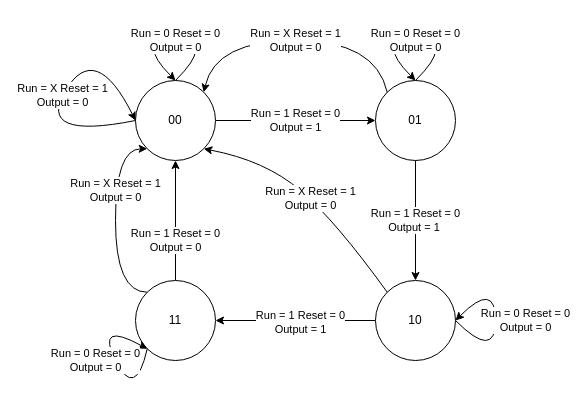
The draw.io diagram graphs/Untitled Diagram.drawio in Bissas/TFE4152-Project-Multiply-Accumulate, before the edit. Source tidied: cells renumbered, new cells numbered last; positions are measured from the earlier drawing's top-left corner, leaving out a move shared by most shapes. Both pictures are drawn from the tidied source at 100%, with x=0, y=0 at pixel (35, 40).
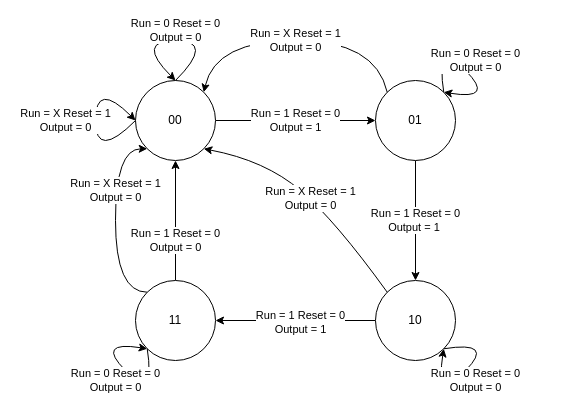
The same page after the edit.

Unchanged cells that the change refers to:
```xml
<mxCell id="3" value="00" style="ellipse;whiteSpace=wrap;html=1;" parent="1" vertex="1">
  <mxGeometry x="100" y="40" width="80" height="80" as="geometry" />
</mxCell>
<mxCell id="5" value="01" style="ellipse;whiteSpace=wrap;html=1;" parent="1" vertex="1">
  <mxGeometry x="340" y="40" width="80" height="80" as="geometry" />
</mxCell>
<mxCell id="8" value="10" style="ellipse;whiteSpace=wrap;html=1;" parent="1" vertex="1">
  <mxGeometry x="340" y="240" width="80" height="80" as="geometry" />
</mxCell>
<mxCell id="11" value="11" style="ellipse;whiteSpace=wrap;html=1;" parent="1" vertex="1">
  <mxGeometry x="100" y="240" width="80" height="80" as="geometry" />
</mxCell>
```

Diff of the diagram source:
```diff
@@
     <mxCell id="12" value="Run = 0 Reset = 0&lt;br&gt;Output = 0" style="curved=1;endArrow=classic;html=1;rounded=0;exitX=0.5;exitY=0;exitDx=0;exitDy=0;" parent="1" edge="1">
-      <mxGeometry relative="1" as="geometry">
+      <mxGeometry y="-10" relative="1" as="geometry">
         <mxPoint x="140" y="40" as="sourcePoint" />
         <mxPoint x="140" y="40" as="targetPoint" />
         <Array as="points">
           <mxPoint x="180" />
           <mxPoint x="100" />
         </Array>
       </mxGeometry>
     </mxCell>
@@
-    <mxCell id="14" value="Run = 0 Reset = 0&lt;br&gt;Output = 0" style="curved=1;endArrow=classic;html=1;rounded=0;exitX=0.5;exitY=0;exitDx=0;exitDy=0;" parent="1" edge="1">
-      <mxGeometry relative="1" as="geometry">
-        <mxPoint x="380" y="40" as="sourcePoint" />
-        <mxPoint x="380" y="40" as="targetPoint" />
+    <mxCell id="14" value="Run = 0 Reset = 0&lt;br&gt;Output = 0" style="curved=1;endArrow=classic;html=1;rounded=0;exitX=1;exitY=0;exitDx=0;exitDy=0;entryX=1;entryY=0;entryDx=0;entryDy=0;" parent="1" edge="1" source="5" target="5">
+      <mxGeometry y="14" relative="1" as="geometry">
         <Array as="points">
-          <mxPoint x="420" />
-          <mxPoint x="340" />
+          <mxPoint x="400" />
+          <mxPoint x="460" y="60" />
         </Array>
       </mxGeometry>
     </mxCell>
-    <mxCell id="15" value="Run = 0 Reset = 0&lt;br&gt;Output = 0" style="curved=1;endArrow=classic;html=1;rounded=0;entryX=1;entryY=0.5;entryDx=0;entryDy=0;" parent="1" edge="1" target="8">
-      <mxGeometry y="-30" relative="1" as="geometry">
-        <mxPoint x="420" y="280" as="sourcePoint" />
+    <mxCell id="15" value="Run = 0 Reset = 0&lt;br&gt;Output = 0" style="curved=1;endArrow=classic;html=1;rounded=0;entryX=1;entryY=1;entryDx=0;entryDy=0;exitX=1;exitY=1;exitDx=0;exitDy=0;" parent="1" edge="1" source="8" target="8">
+      <mxGeometry y="14" relative="1" as="geometry">
         <Array as="points">
-          <mxPoint x="460" y="320" />
-          <mxPoint x="460" y="240" />
+          <mxPoint x="460" y="300" />
+          <mxPoint x="400" y="360" />
         </Array>
       </mxGeometry>
     </mxCell>
@@
     <mxCell id="17" value="Run = 0 Reset = 0&lt;br&gt;Output = 0" style="curved=1;endArrow=classic;html=1;rounded=0;exitX=0;exitY=1;exitDx=0;exitDy=0;entryX=0;entryY=1;entryDx=0;entryDy=0;" parent="1" edge="1" source="11" target="11">
-      <mxGeometry x="0.06" y="18" relative="1" as="geometry">
+      <mxGeometry y="14" relative="1" as="geometry">
         <Array as="points">
-          <mxPoint x="100" y="360" />
-          <mxPoint x="60" y="280" />
+          <mxPoint x="120" y="360" />
+          <mxPoint x="60" y="300" />
         </Array>
       </mxGeometry>
     </mxCell>
     <mxCell id="18" value="Run = X Reset = 1&lt;br&gt;Output = 0" style="curved=1;endArrow=classic;html=1;rounded=0;exitX=0;exitY=0.5;exitDx=0;exitDy=0;entryX=0;entryY=0.5;entryDx=0;entryDy=0;" parent="1" edge="1" source="3" target="3">
-      <mxGeometry relative="1" as="geometry">
+      <mxGeometry y="30" relative="1" as="geometry">
         <Array as="points">
-          <mxPoint y="100" />
-          <mxPoint x="60" />
+          <mxPoint x="60" y="120" />
+          <mxPoint x="60" y="40" />
         </Array>
       </mxGeometry>
     </mxCell>
```
